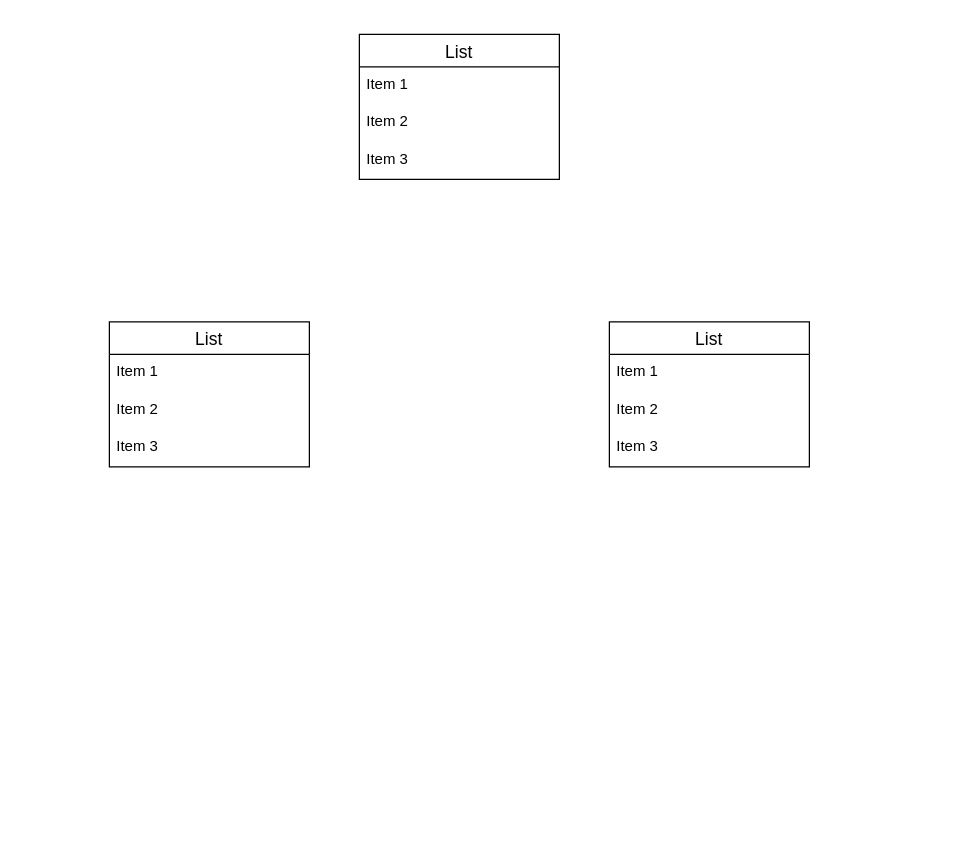
This is ER.dio from outputonlypunch2020xx/furima-30622, a draw.io file, before an edit. Source tidied: cells renumbered, new cells numbered last; positions are measured from the earlier drawing's top-left corner, leaving out a move shared by most shapes. Both pictures are drawn from the tidied source at 125%, with x=0, y=0 at pixel (109, 34).
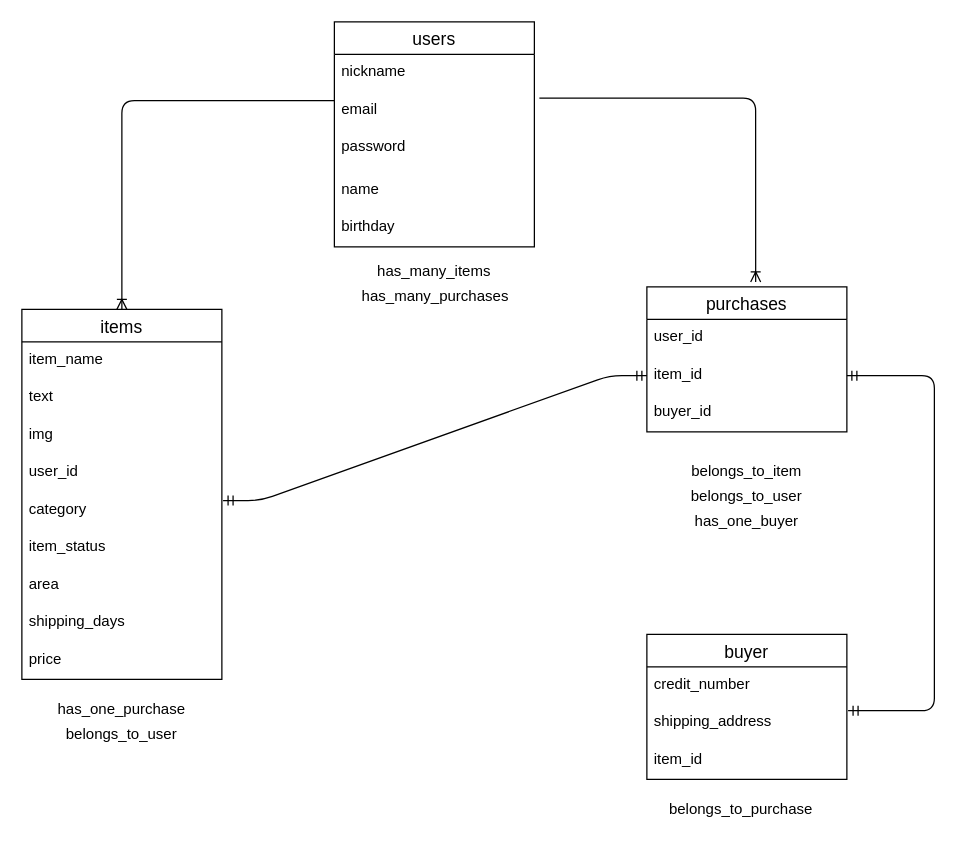
After the change.

What changed in the source:
```diff
@@
+    <mxCell id="14" style="edgeStyle=orthogonalEdgeStyle;fontSize=12;html=1;endArrow=ERoneToMany;exitX=1.025;exitY=0.167;exitDx=0;exitDy=0;exitPerimeter=0;entryX=0.544;entryY=-0.034;entryDx=0;entryDy=0;entryPerimeter=0;" parent="1" edge="1" source="8" target="10">
+      <mxGeometry relative="1" as="geometry" />
+    </mxCell>
+    <mxCell id="15" style="edgeStyle=orthogonalEdgeStyle;fontSize=12;html=1;endArrow=ERoneToMany;exitX=0;exitY=0.233;exitDx=0;exitDy=0;exitPerimeter=0;entryX=0.5;entryY=0;entryDx=0;entryDy=0;" parent="1" edge="1" source="8" target="2">
+      <mxGeometry relative="1" as="geometry" />
+    </mxCell>
+    <mxCell id="16" value="has_one_purchase" style="text;html=1;strokeColor=none;fillColor=none;align=center;verticalAlign=middle;whiteSpace=wrap;rounded=0;" parent="1" vertex="1">
+      <mxGeometry x="-65" y="530" width="150" height="20" as="geometry" />
+    </mxCell>
+    <mxCell id="17" value="belongs_to_user" style="text;html=1;strokeColor=none;fillColor=none;align=center;verticalAlign=middle;whiteSpace=wrap;rounded=0;" parent="1" vertex="1">
+      <mxGeometry x="-65" y="550" width="150" height="20" as="geometry" />
+    </mxCell>
+    <mxCell id="18" value="belongs_to_item" style="text;html=1;strokeColor=none;fillColor=none;align=center;verticalAlign=middle;whiteSpace=wrap;rounded=0;" parent="1" vertex="1">
+      <mxGeometry x="450" y="340" width="120" height="20" as="geometry" />
+    </mxCell>
+    <mxCell id="19" value="has_many_purchases" style="text;html=1;strokeColor=none;fillColor=none;align=center;verticalAlign=middle;whiteSpace=wrap;rounded=0;" parent="1" vertex="1">
+      <mxGeometry x="211" y="200" width="100" height="20" as="geometry" />
+    </mxCell>
+    <mxCell id="20" value="belongs_to_user" style="text;html=1;strokeColor=none;fillColor=none;align=center;verticalAlign=middle;whiteSpace=wrap;rounded=0;" parent="1" vertex="1">
+      <mxGeometry x="455" y="360" width="110" height="20" as="geometry" />
+    </mxCell>
+    <mxCell id="21" style="fontSize=12;html=1;endArrow=ERmandOne;startArrow=ERmandOne;entryX=1;entryY=0.5;entryDx=0;entryDy=0;exitX=1.006;exitY=0.167;exitDx=0;exitDy=0;exitPerimeter=0;edgeStyle=orthogonalEdgeStyle;" parent="1" edge="1" source="35" target="12">
+      <mxGeometry relative="1" as="geometry">
+        <Array as="points">
+          <mxPoint x="660" y="541" />
+          <mxPoint x="660" y="273" />
+        </Array>
+      </mxGeometry>
+    </mxCell>
+    <mxCell id="22" value="has_one_buyer" style="text;html=1;strokeColor=none;fillColor=none;align=center;verticalAlign=middle;whiteSpace=wrap;rounded=0;" parent="1" vertex="1">
+      <mxGeometry x="470" y="380" width="80" height="20" as="geometry" />
+    </mxCell>
+    <mxCell id="23" value="belongs_to_purchase" style="text;html=1;align=center;verticalAlign=middle;" parent="1" vertex="1">
+      <mxGeometry x="440" y="610" width="130" height="20" as="geometry" />
+    </mxCell>
+    <mxCell id="24" value="has_many_items" style="text;html=1;strokeColor=none;fillColor=none;align=center;verticalAlign=middle;whiteSpace=wrap;rounded=0;" parent="1" vertex="1">
+      <mxGeometry x="180" y="180" width="160" height="20" as="geometry" />
+    </mxCell>
-    <mxCell id="2" value="List" style="swimlane;fontStyle=0;horizontal=1;startSize=26;align=center;fontSize=14;" parent="1" vertex="1">
-      <mxGeometry y="230" width="160" height="116" as="geometry" />
+    <mxCell id="2" value="items" style="swimlane;fontStyle=0;horizontal=1;startSize=26;align=center;fontSize=14;" parent="1" vertex="1">
+      <mxGeometry x="-70" y="220" width="160" height="296" as="geometry" />
     </mxCell>
-    <mxCell id="3" value="Item 1" style="text;strokeColor=none;fillColor=none;spacingLeft=4;spacingRight=4;overflow=hidden;fontSize=12;" parent="2" vertex="1">
+    <mxCell id="3" value="item_name" style="text;strokeColor=none;fillColor=none;spacingLeft=4;spacingRight=4;overflow=hidden;fontSize=12;" parent="2" vertex="1">
       <mxGeometry y="26" width="160" height="30" as="geometry" />
     </mxCell>
+    <mxCell id="25" value="text" style="text;strokeColor=none;fillColor=none;spacingLeft=4;spacingRight=4;overflow=hidden;fontSize=12;" parent="2" vertex="1">
+      <mxGeometry y="56" width="160" height="30" as="geometry" />
+    </mxCell>
-    <mxCell id="4" value="Item 2" style="text;strokeColor=none;fillColor=none;spacingLeft=4;spacingRight=4;overflow=hidden;fontSize=12;" parent="2" vertex="1">
-      <mxGeometry y="56" width="160" height="30" as="geometry" />
+    <mxCell id="4" value="img" style="text;strokeColor=none;fillColor=none;spacingLeft=4;spacingRight=4;overflow=hidden;fontSize=12;" parent="2" vertex="1">
+      <mxGeometry y="86" width="160" height="30" as="geometry" />
     </mxCell>
-    <mxCell id="5" value="Item 3" style="text;strokeColor=none;fillColor=none;spacingLeft=4;spacingRight=4;overflow=hidden;fontSize=12;" parent="2" vertex="1">
-      <mxGeometry y="86" width="160" height="30" as="geometry" />
+    <mxCell id="5" value="user_id" style="text;strokeColor=none;fillColor=none;spacingLeft=4;spacingRight=4;overflow=hidden;fontSize=12;" parent="2" vertex="1">
+      <mxGeometry y="116" width="160" height="30" as="geometry" />
     </mxCell>
+    <mxCell id="26" value="category" style="text;strokeColor=none;fillColor=none;spacingLeft=4;spacingRight=4;overflow=hidden;points=[[0,0.5],[1,0.5]];portConstraint=eastwest;fontSize=12;" parent="2" vertex="1">
+      <mxGeometry y="146" width="160" height="30" as="geometry" />
+    </mxCell>
+    <mxCell id="27" value="item_status" style="text;strokeColor=none;fillColor=none;spacingLeft=4;spacingRight=4;overflow=hidden;fontSize=12;" parent="2" vertex="1">
+      <mxGeometry y="176" width="160" height="30" as="geometry" />
+    </mxCell>
+    <mxCell id="28" value="area" style="text;strokeColor=none;fillColor=none;spacingLeft=4;spacingRight=4;overflow=hidden;fontSize=12;" parent="2" vertex="1">
+      <mxGeometry y="206" width="160" height="30" as="geometry" />
+    </mxCell>
+    <mxCell id="29" value="shipping_days" style="text;strokeColor=none;fillColor=none;spacingLeft=4;spacingRight=4;overflow=hidden;fontSize=12;" parent="2" vertex="1">
+      <mxGeometry y="236" width="160" height="30" as="geometry" />
+    </mxCell>
+    <mxCell id="30" value="price" style="text;strokeColor=none;fillColor=none;spacingLeft=4;spacingRight=4;overflow=hidden;fontSize=12;" parent="2" vertex="1">
+      <mxGeometry y="266" width="160" height="30" as="geometry" />
+    </mxCell>
-    <mxCell id="6" value="List" style="swimlane;fontStyle=0;horizontal=1;startSize=26;align=center;fontSize=14;" parent="1" vertex="1">
-      <mxGeometry x="200" width="160" height="116" as="geometry" />
+    <mxCell id="6" value="users" style="swimlane;fontStyle=0;horizontal=1;startSize=26;align=center;fontSize=14;" parent="1" vertex="1">
+      <mxGeometry x="180" y="-10" width="160" height="180" as="geometry" />
     </mxCell>
-    <mxCell id="7" value="Item 1" style="text;strokeColor=none;fillColor=none;spacingLeft=4;spacingRight=4;overflow=hidden;fontSize=12;" parent="6" vertex="1">
+    <mxCell id="7" value="nickname" style="text;strokeColor=none;fillColor=none;spacingLeft=4;spacingRight=4;overflow=hidden;fontSize=12;" parent="6" vertex="1">
       <mxGeometry y="26" width="160" height="30" as="geometry" />
     </mxCell>
-    <mxCell id="8" value="Item 2" style="text;strokeColor=none;fillColor=none;spacingLeft=4;spacingRight=4;overflow=hidden;points=[[0,0.5],[1,0.5]];portConstraint=eastwest;fontSize=12;" parent="6" vertex="1">
+    <mxCell id="8" value="email" style="text;strokeColor=none;fillColor=none;spacingLeft=4;spacingRight=4;overflow=hidden;points=[[0,0.5],[1,0.5]];portConstraint=eastwest;fontSize=12;" parent="6" vertex="1">
       <mxGeometry y="56" width="160" height="30" as="geometry" />
     </mxCell>
-    <mxCell id="9" value="Item 3" style="text;strokeColor=none;fillColor=none;spacingLeft=4;spacingRight=4;overflow=hidden;fontSize=12;" parent="6" vertex="1">
-      <mxGeometry y="86" width="160" height="30" as="geometry" />
+    <mxCell id="9" value="password" style="text;strokeColor=none;fillColor=none;spacingLeft=4;spacingRight=4;overflow=hidden;fontSize=12;" parent="6" vertex="1">
+      <mxGeometry y="86" width="160" height="34" as="geometry" />
     </mxCell>
+    <mxCell id="31" value="name" style="text;strokeColor=none;fillColor=none;spacingLeft=4;spacingRight=4;overflow=hidden;fontSize=12;" parent="6" vertex="1">
+      <mxGeometry y="120" width="160" height="30" as="geometry" />
+    </mxCell>
+    <mxCell id="32" value="birthday" style="text;strokeColor=none;fillColor=none;spacingLeft=4;spacingRight=4;overflow=hidden;fontSize=12;" parent="6" vertex="1">
+      <mxGeometry y="150" width="160" height="30" as="geometry" />
+    </mxCell>
-    <mxCell id="10" value="List" style="swimlane;fontStyle=0;horizontal=1;startSize=26;align=center;fontSize=14;" parent="1" vertex="1">
-      <mxGeometry x="400" y="230" width="160" height="116" as="geometry" />
+    <mxCell id="10" value="purchases" style="swimlane;fontStyle=0;horizontal=1;startSize=26;align=center;fontSize=14;" parent="1" vertex="1">
+      <mxGeometry x="430" y="202" width="160" height="116" as="geometry" />
     </mxCell>
-    <mxCell id="11" value="Item 1" style="text;strokeColor=none;fillColor=none;spacingLeft=4;spacingRight=4;overflow=hidden;fontSize=12;" parent="10" vertex="1">
+    <mxCell id="11" value="user_id" style="text;strokeColor=none;fillColor=none;spacingLeft=4;spacingRight=4;overflow=hidden;fontSize=12;" parent="10" vertex="1">
       <mxGeometry y="26" width="160" height="30" as="geometry" />
     </mxCell>
-    <mxCell id="12" value="Item 2" style="text;strokeColor=none;fillColor=none;spacingLeft=4;spacingRight=4;overflow=hidden;points=[[0,0.5],[1,0.5]];portConstraint=eastwest;fontSize=12;" parent="10" vertex="1">
+    <mxCell id="12" value="item_id" style="text;strokeColor=none;fillColor=none;spacingLeft=4;spacingRight=4;overflow=hidden;points=[[0,0.5],[1,0.5]];portConstraint=eastwest;fontSize=12;" parent="10" vertex="1">
       <mxGeometry y="56" width="160" height="30" as="geometry" />
     </mxCell>
-    <mxCell id="13" value="Item 3" style="text;strokeColor=none;fillColor=none;spacingLeft=4;spacingRight=4;overflow=hidden;fontSize=12;" parent="10" vertex="1">
+    <mxCell id="13" value="buyer_id" style="text;strokeColor=none;fillColor=none;spacingLeft=4;spacingRight=4;overflow=hidden;fontSize=12;" parent="10" vertex="1">
       <mxGeometry y="86" width="160" height="30" as="geometry" />
     </mxCell>
+    <mxCell id="33" value="buyer" style="swimlane;fontStyle=0;horizontal=1;startSize=26;align=center;fontSize=14;" parent="1" vertex="1">
+      <mxGeometry x="430" y="480" width="160" height="116" as="geometry" />
+    </mxCell>
+    <mxCell id="34" value="credit_number" style="text;strokeColor=none;fillColor=none;spacingLeft=4;spacingRight=4;overflow=hidden;fontSize=12;" parent="33" vertex="1">
+      <mxGeometry y="26" width="160" height="30" as="geometry" />
+    </mxCell>
+    <mxCell id="35" value="shipping_address" style="text;strokeColor=none;fillColor=none;spacingLeft=4;spacingRight=4;overflow=hidden;points=[[0,0.5],[1,0.5]];portConstraint=eastwest;fontSize=12;" parent="33" vertex="1">
+      <mxGeometry y="56" width="160" height="30" as="geometry" />
+    </mxCell>
+    <mxCell id="36" value="item_id" style="text;strokeColor=none;fillColor=none;spacingLeft=4;spacingRight=4;overflow=hidden;fontSize=12;" parent="33" vertex="1">
+      <mxGeometry y="86" width="160" height="30" as="geometry" />
+    </mxCell>
+    <mxCell id="37" style="edgeStyle=entityRelationEdgeStyle;fontSize=12;html=1;endArrow=ERmandOne;startArrow=ERmandOne;exitX=1.006;exitY=0.233;exitDx=0;exitDy=0;exitPerimeter=0;entryX=0;entryY=0.5;entryDx=0;entryDy=0;" parent="1" edge="1" source="26" target="12">
+      <mxGeometry relative="1" as="geometry" />
+    </mxCell>
```
